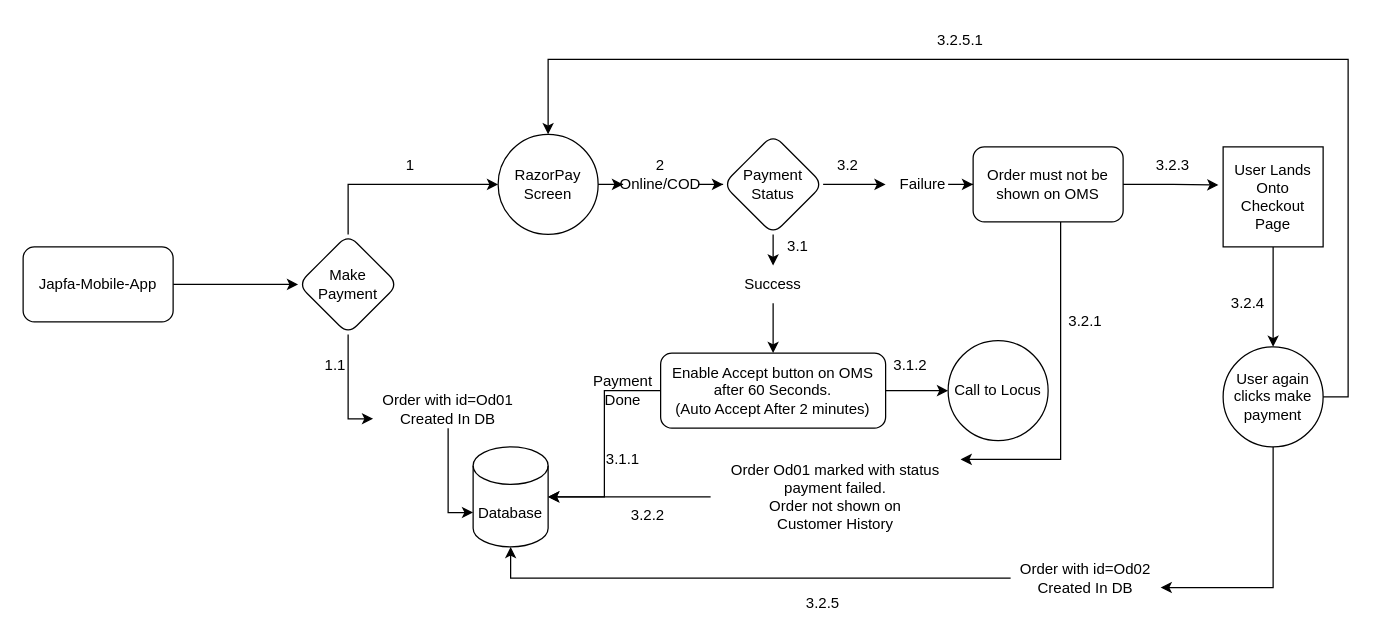
This is Japfa-Payment-Flow.drawio from namanchopra21087/design-documents, a draw.io file, before an edit. Source tidied: cells renumbered, new cells numbered last; positions are measured from the earlier drawing's top-left corner, leaving out a move shared by most shapes. Both pictures are drawn from the tidied source at 125%, with x=0, y=0 at pixel (22, 21).
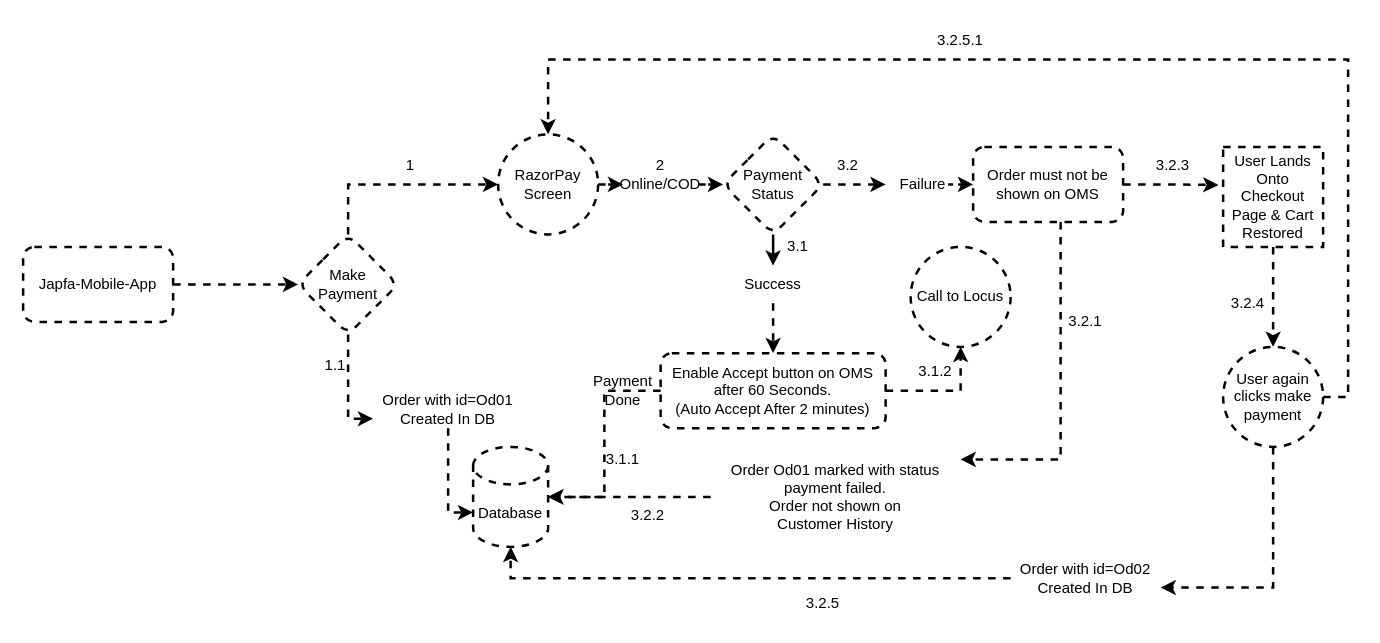
The same page after the edit.

What changed in the source:
```diff
@@
-    <mxCell id="2" style="edgeStyle=orthogonalEdgeStyle;rounded=0;jettySize=auto;html=1;" parent="1" edge="1" source="3" target="5">
+    <mxCell id="2" style="edgeStyle=orthogonalEdgeStyle;rounded=0;jettySize=auto;html=1;dashed=1;strokeWidth=2;" parent="1" edge="1" source="3" target="5">
       <mxGeometry relative="1" as="geometry" />
     </mxCell>
-    <mxCell id="3" value="Japfa-Mobile-App" style="rounded=1;whiteSpace=wrap;html=1;" parent="1" vertex="1">
+    <mxCell id="3" value="Japfa-Mobile-App" style="rounded=1;whiteSpace=wrap;html=1;dashed=1;strokeWidth=2;" parent="1" vertex="1">
       <mxGeometry y="180" width="120" height="60" as="geometry" />
     </mxCell>
-    <mxCell id="4" style="edgeStyle=orthogonalEdgeStyle;rounded=0;jettySize=auto;html=1;exitX=0.5;exitY=0;exitDx=0;exitDy=0;entryX=0;entryY=0.5;entryDx=0;entryDy=0;" parent="1" edge="1" source="5" target="11">
+    <mxCell id="4" style="edgeStyle=orthogonalEdgeStyle;rounded=0;jettySize=auto;html=1;exitX=0.5;exitY=0;exitDx=0;exitDy=0;entryX=0;entryY=0.5;entryDx=0;entryDy=0;dashed=1;strokeWidth=2;" parent="1" edge="1" source="5" target="11">
       <mxGeometry relative="1" as="geometry" />
     </mxCell>
-    <mxCell id="5" value="Make Payment" style="rhombus;whiteSpace=wrap;html=1;rounded=1;" parent="1" vertex="1">
+    <mxCell id="5" value="Make Payment" style="rhombus;whiteSpace=wrap;html=1;rounded=1;dashed=1;strokeWidth=2;" parent="1" vertex="1">
       <mxGeometry x="220" y="170" width="80" height="80" as="geometry" />
     </mxCell>
-    <mxCell id="6" value="Database" style="shape=cylinder3;whiteSpace=wrap;html=1;boundedLbl=1;backgroundOutline=1;size=15;" parent="1" vertex="1">
+    <mxCell id="6" value="Database" style="shape=cylinder3;whiteSpace=wrap;html=1;boundedLbl=1;backgroundOutline=1;size=15;dashed=1;strokeWidth=2;" parent="1" vertex="1">
       <mxGeometry x="360" y="340" width="60" height="80" as="geometry" />
     </mxCell>
-    <mxCell id="7" style="edgeStyle=orthogonalEdgeStyle;rounded=0;jettySize=auto;html=1;entryX=0;entryY=0;entryDx=0;entryDy=52.5;entryPerimeter=0;exitX=0.5;exitY=1;exitDx=0;exitDy=0;" parent="1" edge="1" source="9" target="6">
+    <mxCell id="7" style="edgeStyle=orthogonalEdgeStyle;rounded=0;jettySize=auto;html=1;entryX=0;entryY=0;entryDx=0;entryDy=52.5;entryPerimeter=0;exitX=0.5;exitY=1;exitDx=0;exitDy=0;dashed=1;strokeWidth=2;" parent="1" edge="1" source="9" target="6">
       <mxGeometry relative="1" as="geometry" />
     </mxCell>
-    <mxCell id="8" style="edgeStyle=orthogonalEdgeStyle;rounded=0;jettySize=auto;html=1;entryX=0;entryY=0.75;entryDx=0;entryDy=0;exitX=0.5;exitY=1;exitDx=0;exitDy=0;" parent="1" edge="1" source="5" target="9">
+    <mxCell id="8" style="edgeStyle=orthogonalEdgeStyle;rounded=0;jettySize=auto;html=1;entryX=0;entryY=0.75;entryDx=0;entryDy=0;exitX=0.5;exitY=1;exitDx=0;exitDy=0;dashed=1;strokeWidth=2;" parent="1" edge="1" source="5" target="9">
       <mxGeometry relative="1" as="geometry" />
     </mxCell>
-    <mxCell id="9" value="Order with id=Od01&lt;br&gt;Created In DB" style="text;html=1;strokeColor=none;fillColor=none;align=center;verticalAlign=middle;whiteSpace=wrap;rounded=0;" parent="1" vertex="1">
+    <mxCell id="9" value="Order with id=Od01&lt;br&gt;Created In DB" style="text;html=1;strokeColor=none;fillColor=none;align=center;verticalAlign=middle;whiteSpace=wrap;rounded=0;dashed=1;strokeWidth=2;" parent="1" vertex="1">
       <mxGeometry x="280" y="295" width="120" height="30" as="geometry" />
     </mxCell>
-    <mxCell id="10" style="edgeStyle=orthogonalEdgeStyle;rounded=0;jettySize=auto;html=1;" parent="1" edge="1" source="20" target="14">
+    <mxCell id="10" style="edgeStyle=orthogonalEdgeStyle;rounded=0;jettySize=auto;html=1;dashed=1;strokeWidth=2;" parent="1" edge="1" source="20" target="14">
       <mxGeometry relative="1" as="geometry" />
     </mxCell>
-    <mxCell id="11" value="RazorPay&lt;br&gt;Screen" style="ellipse;whiteSpace=wrap;html=1;rounded=1;" parent="1" vertex="1">
+    <mxCell id="11" value="RazorPay&lt;br&gt;Screen" style="ellipse;whiteSpace=wrap;html=1;rounded=1;dashed=1;strokeWidth=2;" parent="1" vertex="1">
       <mxGeometry x="380" y="90" width="80" height="80" as="geometry" />
     </mxCell>
-    <mxCell id="12" style="edgeStyle=orthogonalEdgeStyle;rounded=0;jettySize=auto;html=1;" parent="1" edge="1" source="22" target="16">
+    <mxCell id="12" style="edgeStyle=orthogonalEdgeStyle;rounded=0;jettySize=auto;html=1;dashed=1;strokeWidth=2;" parent="1" edge="1" source="22" target="16">
       <mxGeometry relative="1" as="geometry" />
     </mxCell>
-    <mxCell id="13" style="edgeStyle=orthogonalEdgeStyle;rounded=0;jettySize=auto;html=1;" parent="1" edge="1" source="24" target="18">
+    <mxCell id="13" style="edgeStyle=orthogonalEdgeStyle;rounded=0;jettySize=auto;html=1;dashed=1;strokeWidth=2;" parent="1" edge="1" source="24" target="18">
       <mxGeometry relative="1" as="geometry" />
     </mxCell>
-    <mxCell id="14" value="Payment Status" style="rhombus;whiteSpace=wrap;html=1;rounded=1;" parent="1" vertex="1">
+    <mxCell id="14" value="Payment Status" style="rhombus;whiteSpace=wrap;html=1;rounded=1;dashed=1;strokeWidth=2;" parent="1" vertex="1">
       <mxGeometry x="560" y="90" width="80" height="80" as="geometry" />
     </mxCell>
-    <mxCell id="15" style="edgeStyle=orthogonalEdgeStyle;rounded=0;jettySize=auto;html=1;" parent="1" edge="1" source="16" target="44">
+    <mxCell id="15" style="edgeStyle=orthogonalEdgeStyle;rounded=0;jettySize=auto;html=1;dashed=1;strokeWidth=2;" parent="1" edge="1" source="16" target="44">
       <mxGeometry relative="1" as="geometry" />
     </mxCell>
-    <mxCell id="16" value="Enable Accept button on OMS after 60 Seconds.&lt;br&gt;(Auto Accept After 2 minutes)" style="rounded=1;whiteSpace=wrap;html=1;" parent="1" vertex="1">
+    <mxCell id="16" value="Enable Accept button on OMS after 60 Seconds.&lt;br&gt;(Auto Accept After 2 minutes)" style="rounded=1;whiteSpace=wrap;html=1;dashed=1;strokeWidth=2;" parent="1" vertex="1">
       <mxGeometry x="510" y="265" width="180" height="60" as="geometry" />
     </mxCell>
-    <mxCell id="17" style="edgeStyle=orthogonalEdgeStyle;rounded=0;jettySize=auto;html=1;" parent="1" edge="1" source="28" target="6">
+    <mxCell id="17" style="edgeStyle=orthogonalEdgeStyle;rounded=0;jettySize=auto;html=1;dashed=1;strokeWidth=2;" parent="1" edge="1" source="28" target="6">
       <mxGeometry relative="1" as="geometry" />
     </mxCell>
-    <mxCell id="18" value="Order must not be shown on OMS" style="whiteSpace=wrap;html=1;rounded=1;" parent="1" vertex="1">
+    <mxCell id="18" value="Order must not be shown on OMS" style="whiteSpace=wrap;html=1;rounded=1;dashed=1;strokeWidth=2;" parent="1" vertex="1">
       <mxGeometry x="760" y="100" width="120" height="60" as="geometry" />
     </mxCell>
-    <mxCell id="19" style="edgeStyle=orthogonalEdgeStyle;rounded=0;jettySize=auto;html=1;" parent="1" edge="1" source="11" target="20">
+    <mxCell id="19" style="edgeStyle=orthogonalEdgeStyle;rounded=0;jettySize=auto;html=1;dashed=1;strokeWidth=2;" parent="1" edge="1" source="11" target="20">
       <mxGeometry relative="1" as="geometry" />
     </mxCell>
-    <mxCell id="20" value="Online/COD" style="text;html=1;strokeColor=none;fillColor=none;align=center;verticalAlign=middle;whiteSpace=wrap;rounded=0;" parent="1" vertex="1">
+    <mxCell id="20" value="Online/COD" style="text;html=1;strokeColor=none;fillColor=none;align=center;verticalAlign=middle;whiteSpace=wrap;rounded=0;dashed=1;strokeWidth=2;" parent="1" vertex="1">
       <mxGeometry x="480" y="115" width="60" height="30" as="geometry" />
     </mxCell>
-    <mxCell id="21" style="edgeStyle=orthogonalEdgeStyle;rounded=0;jettySize=auto;html=1;" parent="1" edge="1" source="14" target="22">
+    <mxCell id="21" style="edgeStyle=orthogonalEdgeStyle;rounded=0;jettySize=auto;html=1;dashed=1;strokeWidth=2;" parent="1" edge="1" source="14" target="22">
       <mxGeometry relative="1" as="geometry" />
     </mxCell>
-    <mxCell id="22" value="Success" style="text;html=1;strokeColor=none;fillColor=none;align=center;verticalAlign=middle;whiteSpace=wrap;rounded=0;" parent="1" vertex="1">
+    <mxCell id="22" value="Success" style="text;html=1;strokeColor=none;fillColor=none;align=center;verticalAlign=middle;whiteSpace=wrap;rounded=0;dashed=1;strokeWidth=2;" parent="1" vertex="1">
       <mxGeometry x="570" y="195" width="60" height="30" as="geometry" />
     </mxCell>
-    <mxCell id="23" style="edgeStyle=orthogonalEdgeStyle;rounded=0;jettySize=auto;html=1;" parent="1" edge="1" source="14" target="24">
+    <mxCell id="23" style="edgeStyle=orthogonalEdgeStyle;rounded=0;jettySize=auto;html=1;dashed=1;strokeWidth=2;" parent="1" edge="1" source="14" target="24">
       <mxGeometry relative="1" as="geometry" />
     </mxCell>
-    <mxCell id="24" value="Failure" style="text;html=1;strokeColor=none;fillColor=none;align=center;verticalAlign=middle;whiteSpace=wrap;rounded=0;" parent="1" vertex="1">
+    <mxCell id="24" value="Failure" style="text;html=1;strokeColor=none;fillColor=none;align=center;verticalAlign=middle;whiteSpace=wrap;rounded=0;dashed=1;strokeWidth=2;" parent="1" vertex="1">
       <mxGeometry x="690" y="115" width="60" height="30" as="geometry" />
     </mxCell>
-    <mxCell id="25" style="edgeStyle=orthogonalEdgeStyle;rounded=0;jettySize=auto;html=1;entryX=1;entryY=0.5;entryDx=0;entryDy=0;entryPerimeter=0;" parent="1" edge="1" source="16" target="6">
+    <mxCell id="25" style="edgeStyle=orthogonalEdgeStyle;rounded=0;jettySize=auto;html=1;entryX=1;entryY=0.5;entryDx=0;entryDy=0;entryPerimeter=0;dashed=1;strokeWidth=2;" parent="1" edge="1" source="16" target="6">
       <mxGeometry relative="1" as="geometry" />
     </mxCell>
-    <mxCell id="26" value="Payment Done" style="text;html=1;strokeColor=none;fillColor=none;align=center;verticalAlign=middle;whiteSpace=wrap;rounded=0;" parent="1" vertex="1">
+    <mxCell id="26" value="Payment Done" style="text;html=1;strokeColor=none;fillColor=none;align=center;verticalAlign=middle;whiteSpace=wrap;rounded=0;dashed=1;strokeWidth=2;" parent="1" vertex="1">
       <mxGeometry x="450" y="280" width="60" height="30" as="geometry" />
     </mxCell>
-    <mxCell id="27" style="edgeStyle=orthogonalEdgeStyle;rounded=0;jettySize=auto;html=1;" parent="1" edge="1" source="18" target="28">
+    <mxCell id="27" style="edgeStyle=orthogonalEdgeStyle;rounded=0;jettySize=auto;html=1;dashed=1;strokeWidth=2;" parent="1" edge="1" source="18" target="28">
       <mxGeometry relative="1" as="geometry">
         <Array as="points">
           <mxPoint x="830" y="350" />
         </Array>
       </mxGeometry>
     </mxCell>
-    <mxCell id="28" value="Order Od01 marked with status payment failed.&lt;br&gt;Order not shown on Customer&amp;nbsp;History" style="text;html=1;strokeColor=none;fillColor=none;align=center;verticalAlign=middle;whiteSpace=wrap;rounded=0;" parent="1" vertex="1">
+    <mxCell id="28" value="Order Od01 marked with status payment failed.&lt;br&gt;Order not shown on Customer&amp;nbsp;History" style="text;html=1;strokeColor=none;fillColor=none;align=center;verticalAlign=middle;whiteSpace=wrap;rounded=0;dashed=1;strokeWidth=2;" parent="1" vertex="1">
       <mxGeometry x="550" y="330" width="200" height="100" as="geometry" />
     </mxCell>
-    <mxCell id="29" style="edgeStyle=orthogonalEdgeStyle;rounded=0;jettySize=auto;html=1;" parent="1" edge="1" source="30" target="34">
+    <mxCell id="29" style="edgeStyle=orthogonalEdgeStyle;rounded=0;jettySize=auto;html=1;dashed=1;strokeWidth=2;" parent="1" edge="1" source="30" target="34">
       <mxGeometry relative="1" as="geometry" />
     </mxCell>
-    <mxCell id="30" value="User Lands Onto Checkout Page" style="whiteSpace=wrap;html=1;" parent="1" vertex="1">
+    <mxCell id="30" value="User Lands Onto Checkout Page &amp;amp; Cart Restored" style="whiteSpace=wrap;html=1;dashed=1;strokeWidth=2;" parent="1" vertex="1">
       <mxGeometry x="960" y="100" width="80" height="80" as="geometry" />
     </mxCell>
-    <mxCell id="31" style="edgeStyle=orthogonalEdgeStyle;rounded=0;jettySize=auto;html=1;entryX=-0.047;entryY=0.382;entryDx=0;entryDy=0;entryPerimeter=0;" parent="1" edge="1" source="18" target="30">
+    <mxCell id="31" style="edgeStyle=orthogonalEdgeStyle;rounded=0;jettySize=auto;html=1;entryX=-0.047;entryY=0.382;entryDx=0;entryDy=0;entryPerimeter=0;dashed=1;strokeWidth=2;" parent="1" edge="1" source="18" target="30">
       <mxGeometry relative="1" as="geometry" />
     </mxCell>
-    <mxCell id="32" style="edgeStyle=orthogonalEdgeStyle;rounded=0;jettySize=auto;html=1;entryX=1;entryY=0.75;entryDx=0;entryDy=0;exitX=0.5;exitY=1;exitDx=0;exitDy=0;" parent="1" edge="1" source="34" target="36">
+    <mxCell id="32" style="edgeStyle=orthogonalEdgeStyle;rounded=0;jettySize=auto;html=1;entryX=1;entryY=0.75;entryDx=0;entryDy=0;exitX=0.5;exitY=1;exitDx=0;exitDy=0;dashed=1;strokeWidth=2;" parent="1" edge="1" source="34" target="36">
       <mxGeometry relative="1" as="geometry" />
     </mxCell>
-    <mxCell id="33" style="edgeStyle=orthogonalEdgeStyle;rounded=0;jettySize=auto;html=1;" parent="1" edge="1" source="34" target="11">
+    <mxCell id="33" style="edgeStyle=orthogonalEdgeStyle;rounded=0;jettySize=auto;html=1;dashed=1;strokeWidth=2;" parent="1" edge="1" source="34" target="11">
       <mxGeometry relative="1" as="geometry">
         <Array as="points">
           <mxPoint x="1060" y="300" />
           <mxPoint x="1060" y="30" />
           <mxPoint x="420" y="30" />
         </Array>
       </mxGeometry>
     </mxCell>
-    <mxCell id="34" value="User again clicks make payment" style="ellipse;whiteSpace=wrap;html=1;" parent="1" vertex="1">
+    <mxCell id="34" value="User again clicks make payment" style="ellipse;whiteSpace=wrap;html=1;dashed=1;strokeWidth=2;" parent="1" vertex="1">
       <mxGeometry x="960" y="260" width="80" height="80" as="geometry" />
     </mxCell>
-    <mxCell id="35" style="edgeStyle=orthogonalEdgeStyle;rounded=0;jettySize=auto;html=1;entryX=0.5;entryY=1;entryDx=0;entryDy=0;entryPerimeter=0;" parent="1" edge="1" source="36" target="6">
+    <mxCell id="35" style="edgeStyle=orthogonalEdgeStyle;rounded=0;jettySize=auto;html=1;entryX=0.5;entryY=1;entryDx=0;entryDy=0;entryPerimeter=0;dashed=1;strokeWidth=2;" parent="1" edge="1" source="36" target="6">
       <mxGeometry relative="1" as="geometry" />
     </mxCell>
-    <mxCell id="36" value="Order with id=Od02&lt;br&gt;Created In DB" style="text;html=1;strokeColor=none;fillColor=none;align=center;verticalAlign=middle;whiteSpace=wrap;rounded=0;" parent="1" vertex="1">
+    <mxCell id="36" value="Order with id=Od02&lt;br&gt;Created In DB" style="text;html=1;strokeColor=none;fillColor=none;align=center;verticalAlign=middle;whiteSpace=wrap;rounded=0;dashed=1;strokeWidth=2;" parent="1" vertex="1">
       <mxGeometry x="790" y="430" width="120" height="30" as="geometry" />
     </mxCell>
-    <mxCell id="37" value="1" style="text;html=1;strokeColor=none;fillColor=none;align=center;verticalAlign=middle;whiteSpace=wrap;rounded=0;" parent="1" vertex="1">
+    <mxCell id="37" value="1" style="text;html=1;strokeColor=none;fillColor=none;align=center;verticalAlign=middle;whiteSpace=wrap;rounded=0;dashed=1;strokeWidth=2;" parent="1" vertex="1">
       <mxGeometry x="280" y="100" width="60" height="30" as="geometry" />
     </mxCell>
-    <mxCell id="38" value="1.1" style="text;html=1;strokeColor=none;fillColor=none;align=center;verticalAlign=middle;whiteSpace=wrap;rounded=0;" parent="1" vertex="1">
+    <mxCell id="38" value="1.1" style="text;html=1;strokeColor=none;fillColor=none;align=center;verticalAlign=middle;whiteSpace=wrap;rounded=0;dashed=1;strokeWidth=2;" parent="1" vertex="1">
       <mxGeometry x="220" y="260" width="60" height="30" as="geometry" />
     </mxCell>
-    <mxCell id="39" value="3.2" style="text;html=1;strokeColor=none;fillColor=none;align=center;verticalAlign=middle;whiteSpace=wrap;rounded=0;" parent="1" vertex="1">
+    <mxCell id="39" value="3.2" style="text;html=1;strokeColor=none;fillColor=none;align=center;verticalAlign=middle;whiteSpace=wrap;rounded=0;dashed=1;strokeWidth=2;" parent="1" vertex="1">
       <mxGeometry x="630" y="100" width="60" height="30" as="geometry" />
     </mxCell>
-    <mxCell id="40" value="3.1" style="text;html=1;strokeColor=none;fillColor=none;align=center;verticalAlign=middle;whiteSpace=wrap;rounded=0;" parent="1" vertex="1">
+    <mxCell id="40" value="3.1" style="text;html=1;strokeColor=none;fillColor=none;align=center;verticalAlign=middle;whiteSpace=wrap;rounded=0;dashed=1;strokeWidth=2;" parent="1" vertex="1">
       <mxGeometry x="590" y="165" width="60" height="30" as="geometry" />
     </mxCell>
-    <mxCell id="41" value="2" style="text;html=1;strokeColor=none;fillColor=none;align=center;verticalAlign=middle;whiteSpace=wrap;rounded=0;" parent="1" vertex="1">
+    <mxCell id="41" value="2" style="text;html=1;strokeColor=none;fillColor=none;align=center;verticalAlign=middle;whiteSpace=wrap;rounded=0;dashed=1;strokeWidth=2;" parent="1" vertex="1">
       <mxGeometry x="480" y="100" width="60" height="30" as="geometry" />
     </mxCell>
-    <mxCell id="42" value="3.1.2" style="text;html=1;strokeColor=none;fillColor=none;align=center;verticalAlign=middle;whiteSpace=wrap;rounded=0;" parent="1" vertex="1">
-      <mxGeometry x="680" y="260" width="60" height="30" as="geometry" />
+    <mxCell id="42" value="3.1.2" style="text;html=1;strokeColor=none;fillColor=none;align=center;verticalAlign=middle;whiteSpace=wrap;rounded=0;dashed=1;strokeWidth=2;" parent="1" vertex="1">
+      <mxGeometry x="700" y="265" width="60" height="30" as="geometry" />
     </mxCell>
-    <mxCell id="43" value="3.1.1" style="text;html=1;strokeColor=none;fillColor=none;align=center;verticalAlign=middle;whiteSpace=wrap;rounded=0;" parent="1" vertex="1">
+    <mxCell id="43" value="3.1.1" style="text;html=1;strokeColor=none;fillColor=none;align=center;verticalAlign=middle;whiteSpace=wrap;rounded=0;dashed=1;strokeWidth=2;" parent="1" vertex="1">
       <mxGeometry x="450" y="335" width="60" height="30" as="geometry" />
     </mxCell>
-    <mxCell id="44" value="Call to Locus" style="ellipse;whiteSpace=wrap;html=1;rounded=1;" parent="1" vertex="1">
-      <mxGeometry x="740" y="255" width="80" height="80" as="geometry" />
+    <mxCell id="44" value="Call to Locus" style="ellipse;whiteSpace=wrap;html=1;rounded=1;dashed=1;strokeWidth=2;" parent="1" vertex="1">
+      <mxGeometry x="710" y="180" width="80" height="80" as="geometry" />
     </mxCell>
-    <mxCell id="45" value="3.2.3" style="text;html=1;strokeColor=none;fillColor=none;align=center;verticalAlign=middle;whiteSpace=wrap;rounded=0;" parent="1" vertex="1">
+    <mxCell id="45" value="3.2.3" style="text;html=1;strokeColor=none;fillColor=none;align=center;verticalAlign=middle;whiteSpace=wrap;rounded=0;dashed=1;strokeWidth=2;" parent="1" vertex="1">
       <mxGeometry x="890" y="100" width="60" height="30" as="geometry" />
     </mxCell>
-    <mxCell id="46" value="3.2.4" style="text;html=1;strokeColor=none;fillColor=none;align=center;verticalAlign=middle;whiteSpace=wrap;rounded=0;" parent="1" vertex="1">
+    <mxCell id="46" value="3.2.4" style="text;html=1;strokeColor=none;fillColor=none;align=center;verticalAlign=middle;whiteSpace=wrap;rounded=0;dashed=1;strokeWidth=2;" parent="1" vertex="1">
       <mxGeometry x="950" y="210" width="60" height="30" as="geometry" />
     </mxCell>
@@
-    <mxCell id="48" value="3.2.1" style="text;html=1;strokeColor=none;fillColor=none;align=center;verticalAlign=middle;whiteSpace=wrap;rounded=0;" parent="1" vertex="1">
+    <mxCell id="48" value="3.2.1" style="text;html=1;strokeColor=none;fillColor=none;align=center;verticalAlign=middle;whiteSpace=wrap;rounded=0;dashed=1;strokeWidth=2;" parent="1" vertex="1">
       <mxGeometry x="820" y="225" width="60" height="30" as="geometry" />
     </mxCell>
-    <mxCell id="49" value="3.2.2" style="text;html=1;strokeColor=none;fillColor=none;align=center;verticalAlign=middle;whiteSpace=wrap;rounded=0;" parent="1" vertex="1">
+    <mxCell id="49" value="3.2.2" style="text;html=1;strokeColor=none;fillColor=none;align=center;verticalAlign=middle;whiteSpace=wrap;rounded=0;dashed=1;strokeWidth=2;" parent="1" vertex="1">
       <mxGeometry x="470" y="380" width="60" height="30" as="geometry" />
     </mxCell>
-    <mxCell id="50" value="3.2.5" style="text;html=1;strokeColor=none;fillColor=none;align=center;verticalAlign=middle;whiteSpace=wrap;rounded=0;" parent="1" vertex="1">
+    <mxCell id="50" value="3.2.5" style="text;html=1;strokeColor=none;fillColor=none;align=center;verticalAlign=middle;whiteSpace=wrap;rounded=0;dashed=1;strokeWidth=2;" parent="1" vertex="1">
       <mxGeometry x="610" y="450" width="60" height="30" as="geometry" />
     </mxCell>
```
